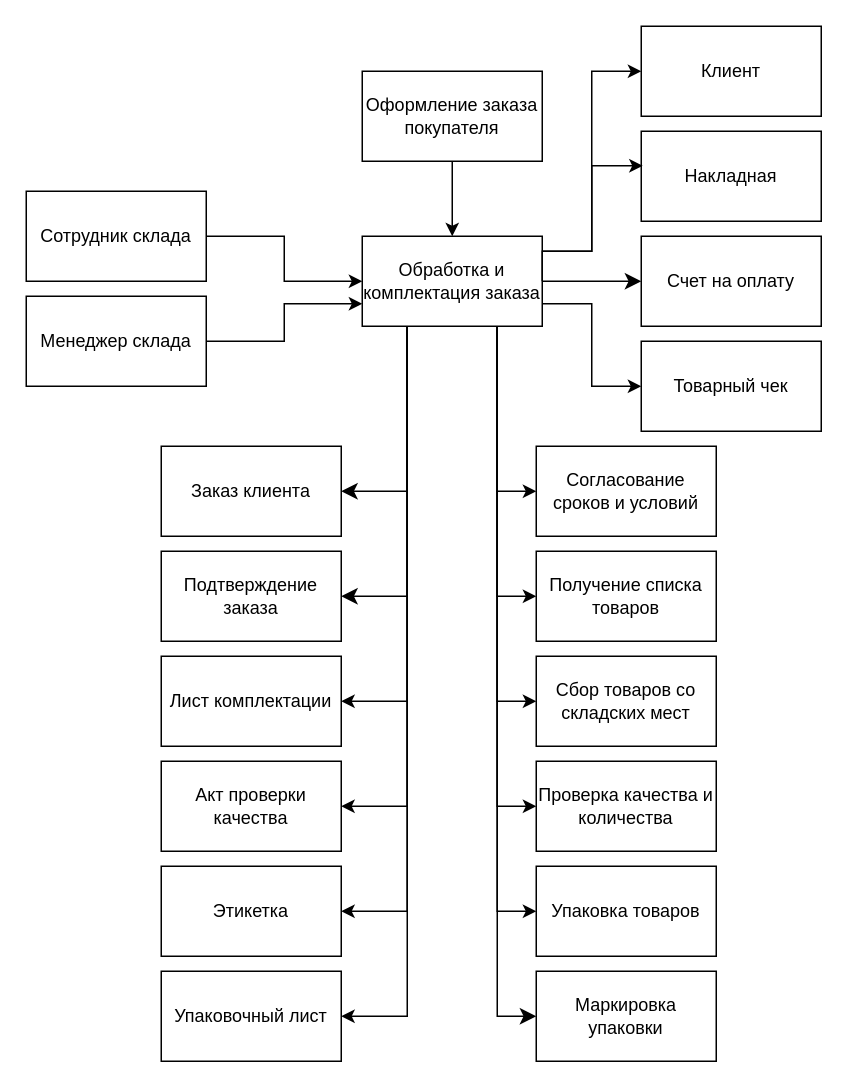
The draw.io diagram Практика 11.01/UML/214.drawio in Mirasali-1/Ychebnaya_Praktika, before the edit. Source tidied: cells renumbered, new cells numbered last; positions are measured from the earlier drawing's top-left corner, leaving out a move shared by most shapes. Both pictures are drawn from the tidied source at 150%, with x=0, y=0 at pixel (26, 26).
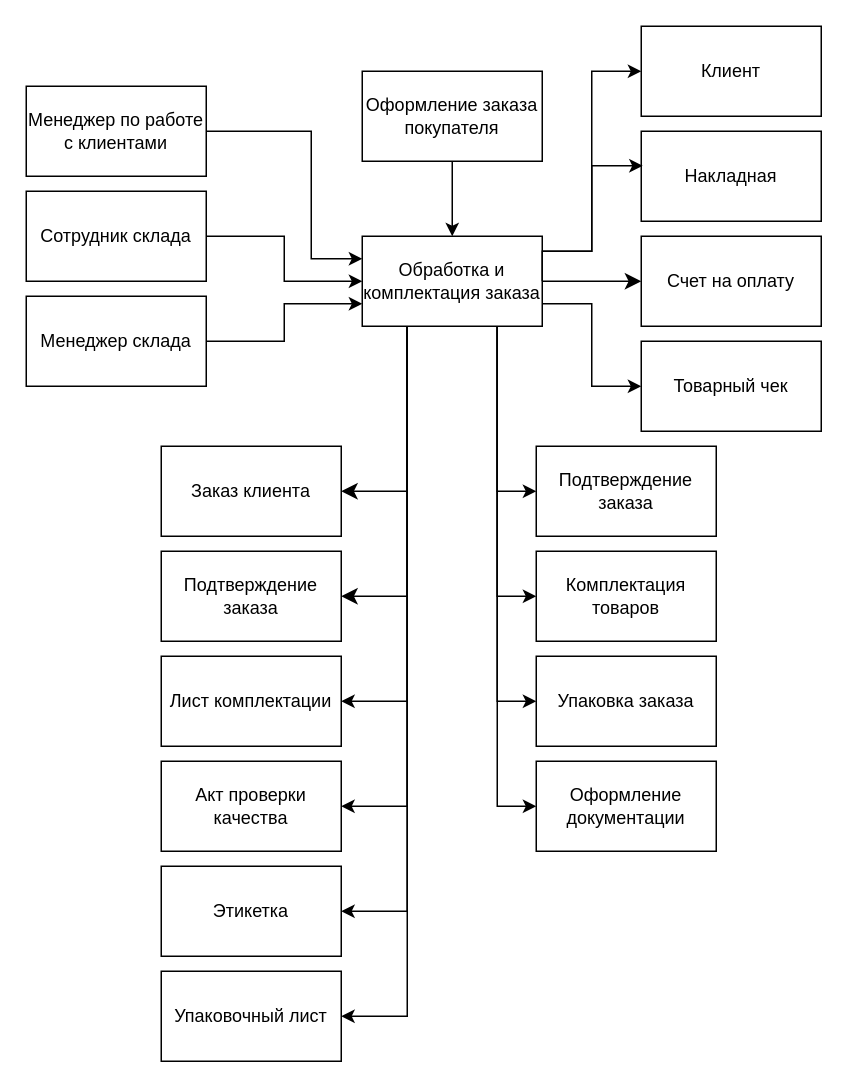
The same diagram, later.

The change refers to these unchanged cells:
```xml
<mxCell id="17" value="Обработка и комплектация заказа" style="rounded=0;whiteSpace=wrap;html=1;" parent="1" vertex="1">
  <mxGeometry x="224" y="140" width="120" height="60" as="geometry" />
</mxCell>
```

Diff of the diagram source:
```diff
@@
-    <mxCell id="12" style="edgeStyle=orthogonalEdgeStyle;rounded=0;jettySize=auto;html=1;exitX=0.75;exitY=1;exitDx=0;exitDy=0;entryX=0;entryY=0.5;entryDx=0;entryDy=0;" parent="1" edge="1" source="17" target="36">
-      <mxGeometry relative="1" as="geometry" />
-    </mxCell>
@@
-    <mxCell id="15" style="edgeStyle=orthogonalEdgeStyle;rounded=0;jettySize=auto;html=1;exitX=0.75;exitY=1;exitDx=0;exitDy=0;entryX=0;entryY=0.5;entryDx=0;entryDy=0;fontSize=12;startSize=8;endSize=8;" parent="1" edge="1" source="17" target="39">
-      <mxGeometry relative="1" as="geometry" />
-    </mxCell>
@@
-    <mxCell id="32" value="Согласование сроков и условий" style="rounded=0;whiteSpace=wrap;html=1;" parent="1" vertex="1">
+    <mxCell id="32" value="Подтверждение заказа" style="rounded=0;whiteSpace=wrap;html=1;" parent="1" vertex="1">
       <mxGeometry x="340" y="280" width="120" height="60" as="geometry" />
     </mxCell>
-    <mxCell id="33" value="Получение списка товаров" style="rounded=0;whiteSpace=wrap;html=1;" parent="1" vertex="1">
+    <mxCell id="33" value="Комплектация товаров" style="rounded=0;whiteSpace=wrap;html=1;" parent="1" vertex="1">
       <mxGeometry x="340" y="350" width="120" height="60" as="geometry" />
     </mxCell>
-    <mxCell id="34" value="Сбор товаров со складских мест" style="rounded=0;whiteSpace=wrap;html=1;" parent="1" vertex="1">
+    <mxCell id="34" value="Упаковка заказа" style="rounded=0;whiteSpace=wrap;html=1;" parent="1" vertex="1">
       <mxGeometry x="340" y="420" width="120" height="60" as="geometry" />
     </mxCell>
-    <mxCell id="35" value="Проверка качества и количества" style="rounded=0;whiteSpace=wrap;html=1;" parent="1" vertex="1">
+    <mxCell id="35" value="Оформление документации" style="rounded=0;whiteSpace=wrap;html=1;" parent="1" vertex="1">
       <mxGeometry x="340" y="490" width="120" height="60" as="geometry" />
     </mxCell>
-    <mxCell id="36" value="Упаковка товаров" style="rounded=0;whiteSpace=wrap;html=1;" parent="1" vertex="1">
-      <mxGeometry x="340" y="560" width="120" height="60" as="geometry" />
-    </mxCell>
@@
-    <mxCell id="39" value="Маркировка упаковки" style="rounded=0;whiteSpace=wrap;html=1;" parent="1" vertex="1">
-      <mxGeometry x="340" y="630" width="120" height="60" as="geometry" />
-    </mxCell>
@@
+    <mxCell id="41" style="edgeStyle=orthogonalEdgeStyle;rounded=0;jettySize=auto;html=1;exitX=1;exitY=0.5;exitDx=0;exitDy=0;entryX=0;entryY=0.25;entryDx=0;entryDy=0;" parent="1" edge="1" source="42" target="17">
+      <mxGeometry relative="1" as="geometry">
+        <Array as="points">
+          <mxPoint x="190" y="70" />
+          <mxPoint x="190" y="155" />
+        </Array>
+      </mxGeometry>
+    </mxCell>
+    <mxCell id="42" value="Менеджер по работе с клиентами" style="rounded=0;whiteSpace=wrap;html=1;" parent="1" vertex="1">
+      <mxGeometry y="40" width="120" height="60" as="geometry" />
+    </mxCell>
```
